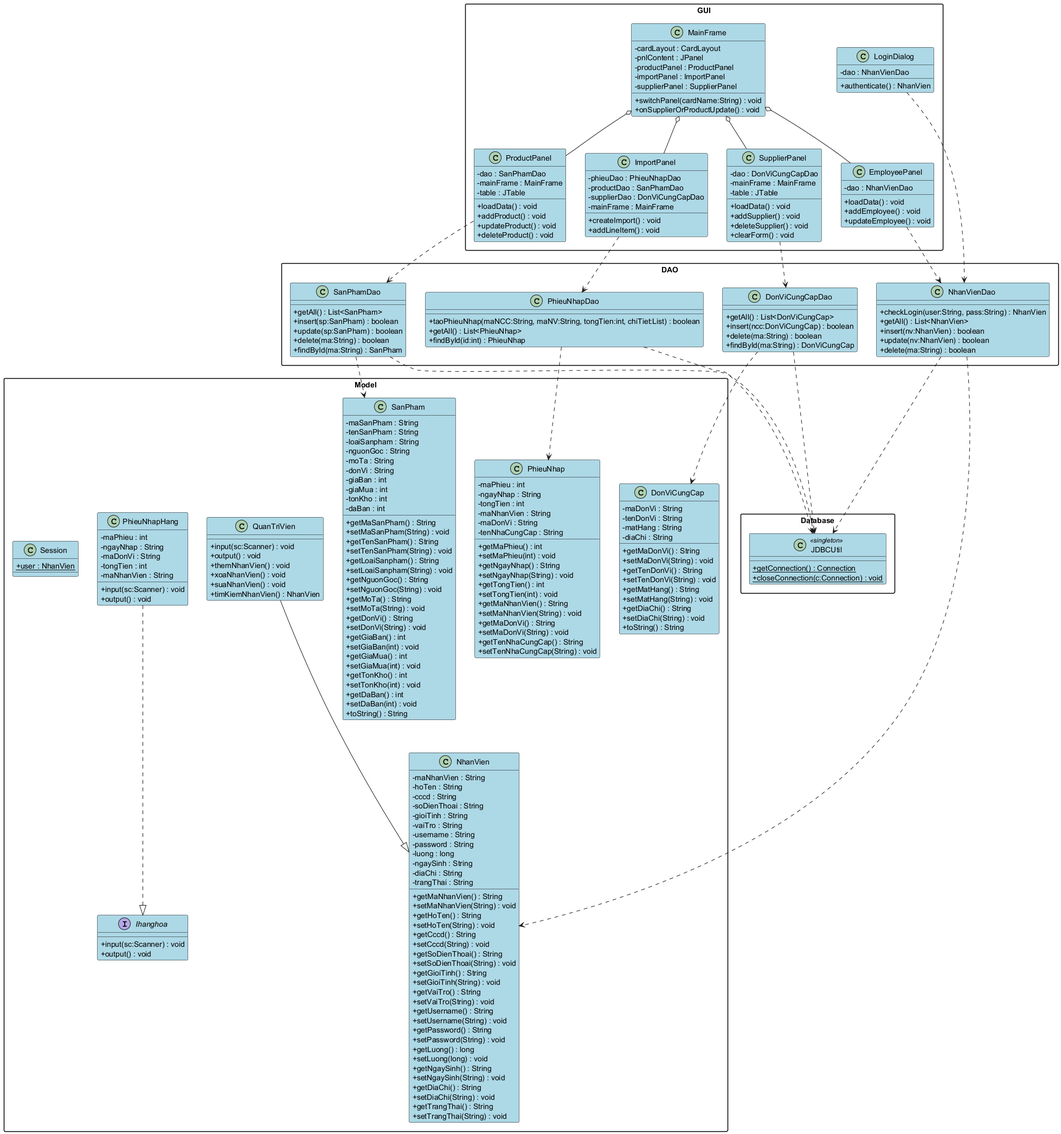
Above: UML.png in fast2104/btl-java (PlantUML), before the change.
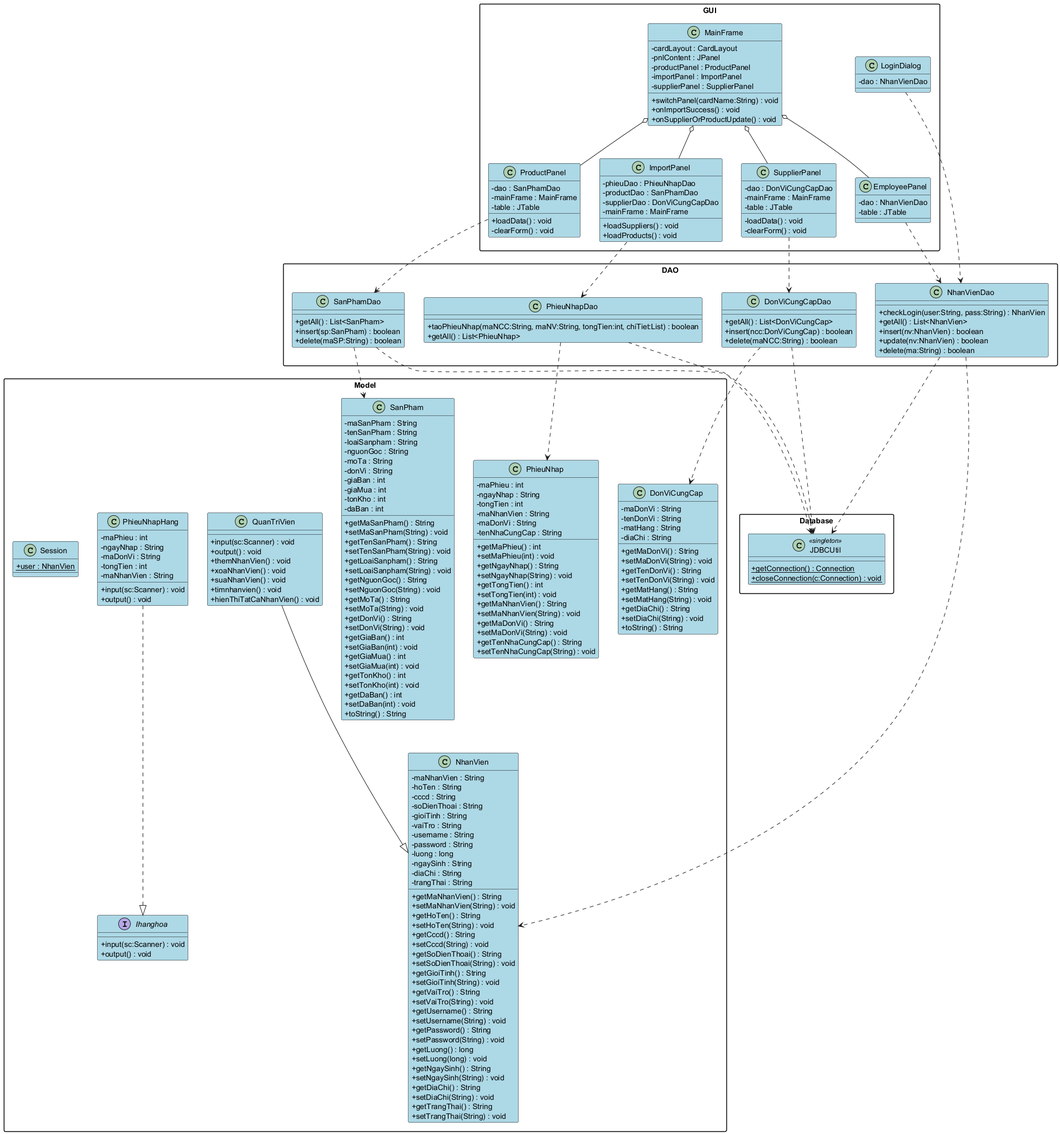
The same diagram one commit later.

Commit message:
Update class diagram

Diff of the diagram source:
```diff
@@ -141,7 +141,8 @@
     +themNhanVien() : void
     +xoaNhanVien() : void
     +suaNhanVien() : void
-    +timKiemNhanVien() : NhanVien
+    +timnhanvien() : void
+    +hienThiTatCaNhanVien() : void
   }
 
   class Session {
@@ -160,16 +161,13 @@
   class SanPhamDao {
     +getAll() : List<SanPham>
     +insert(sp:SanPham) : boolean
-    +update(sp:SanPham) : boolean
-    +delete(ma:String) : boolean
-    +findById(ma:String) : SanPham
+    +delete(maSP:String) : boolean
   }
 
   class DonViCungCapDao {
     +getAll() : List<DonViCungCap>
     +insert(ncc:DonViCungCap) : boolean
-    +delete(ma:String) : boolean
-    +findById(ma:String) : DonViCungCap
+    +delete(maNCC:String) : boolean
   }
 
   class NhanVienDao {
@@ -183,7 +181,6 @@
   class PhieuNhapDao {
     +taoPhieuNhap(maNCC:String, maNV:String, tongTien:int, chiTiet:List) : boolean
     +getAll() : List<PhieuNhap>
-    +findById(id:int) : PhieuNhap
   }
 }
 
@@ -195,6 +192,7 @@
     -importPanel : ImportPanel
     -supplierPanel : SupplierPanel
     +switchPanel(cardName:String) : void
+    +onImportSuccess() : void
     +onSupplierOrProductUpdate() : void
   }
 
@@ -203,19 +201,15 @@
     -mainFrame : MainFrame
     -table : JTable
     +loadData() : void
-    +addProduct() : void
-    +updateProduct() : void
-    +deleteProduct() : void
+    -clearForm() : void
   }
 
   class SupplierPanel {
     -dao : DonViCungCapDao
     -mainFrame : MainFrame
     -table : JTable
-    +loadData() : void
-    +addSupplier() : void
-    +deleteSupplier() : void
-    +clearForm() : void
+    -loadData() : void
+    -clearForm() : void
   }
 
   class ImportPanel {
@@ -223,20 +217,17 @@
     -productDao : SanPhamDao
     -supplierDao : DonViCungCapDao
     -mainFrame : MainFrame
-    +createImport() : void
-    +addLineItem() : void
+    +loadSuppliers() : void
+    +loadProducts() : void
   }
 
   class EmployeePanel {
     -dao : NhanVienDao
-    +loadData() : void
-    +addEmployee() : void
-    +updateEmployee() : void
+    -table : JTable
   }
 
   class LoginDialog {
     -dao : NhanVienDao
-    +authenticate() : NhanVien
   }
 }
 
```
